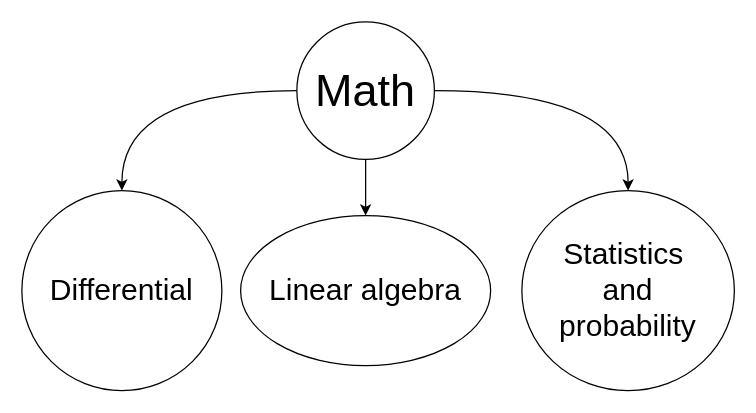
Above: page "AI" (1 of 2) of design/index.drawio in kashanimorteza/math_document (draw.io), before the change. Source tidied: cells renumbered, new cells numbered last; positions are measured from the earlier drawing's top-left corner, leaving out a move shared by most shapes. Both pictures are drawn from the tidied source at 125%, with x=0, y=0 at pixel (21, 21).
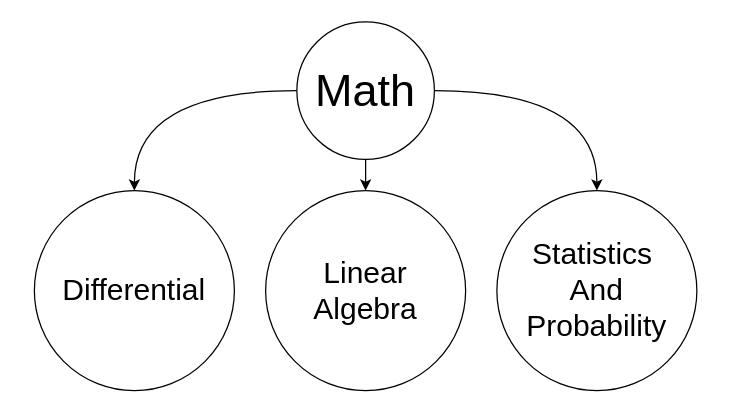
The same page after the edit.

The edit, as a diff of the source:
```diff
@@
 <mxGraphModel>
   <root>
     <mxCell id="0" />
     <mxCell id="1" parent="0" />
     <mxCell id="2" style="edgeStyle=orthogonalEdgeStyle;rounded=0;jettySize=auto;html=1;curved=1;" parent="1" edge="1" source="5" target="6">
       <mxGeometry relative="1" as="geometry" />
     </mxCell>
     <mxCell id="3" style="edgeStyle=orthogonalEdgeStyle;rounded=0;jettySize=auto;html=1;curved=1;" parent="1" edge="1" source="5" target="7">
       <mxGeometry relative="1" as="geometry" />
     </mxCell>
     <mxCell id="4" style="edgeStyle=orthogonalEdgeStyle;rounded=0;jettySize=auto;html=1;strokeColor=default;align=center;verticalAlign=middle;fontFamily=Helvetica;fontSize=11;fontColor=default;labelBackgroundColor=default;endArrow=classic;curved=1;" parent="1" edge="1" source="5" target="8">
       <mxGeometry relative="1" as="geometry" />
     </mxCell>
     <mxCell id="5" value="&lt;span style=&quot;font-size: 36px;&quot;&gt;Math&lt;/span&gt;" style="ellipse;whiteSpace=wrap;html=1;" parent="1" vertex="1">
       <mxGeometry x="220" width="110" height="110" as="geometry" />
     </mxCell>
-    <mxCell id="6" value="Statistics&amp;nbsp;&lt;div&gt;and&lt;/div&gt;&lt;div&gt;probability&lt;/div&gt;" style="ellipse;whiteSpace=wrap;html=1;fontSize=24;" parent="1" vertex="1">
-      <mxGeometry x="400" y="135" width="170" height="160" as="geometry" />
+    <mxCell id="6" value="Statistics&amp;nbsp;&lt;div&gt;And&lt;/div&gt;&lt;div&gt;Probability&lt;/div&gt;" style="ellipse;whiteSpace=wrap;html=1;fontSize=24;" parent="1" vertex="1">
+      <mxGeometry x="380" y="135" width="160" height="160" as="geometry" />
     </mxCell>
-    <mxCell id="7" value="Linear algebra" style="ellipse;whiteSpace=wrap;html=1;fontSize=24;" parent="1" vertex="1">
-      <mxGeometry x="175" y="155" width="200" height="120" as="geometry" />
+    <mxCell id="7" value="Linear&lt;div&gt;Algebra&lt;/div&gt;" style="ellipse;whiteSpace=wrap;html=1;fontSize=24;" parent="1" vertex="1">
+      <mxGeometry x="195" y="135" width="160" height="160" as="geometry" />
     </mxCell>
     <mxCell id="8" value="Differential" style="ellipse;whiteSpace=wrap;html=1;strokeColor=default;align=center;verticalAlign=middle;fontFamily=Helvetica;fontSize=24;fontColor=default;fillColor=default;" parent="1" vertex="1">
-      <mxGeometry y="135" width="160" height="160" as="geometry" />
+      <mxGeometry x="10" y="135" width="160" height="160" as="geometry" />
     </mxCell>
   </root>
 </mxGraphModel>
```
